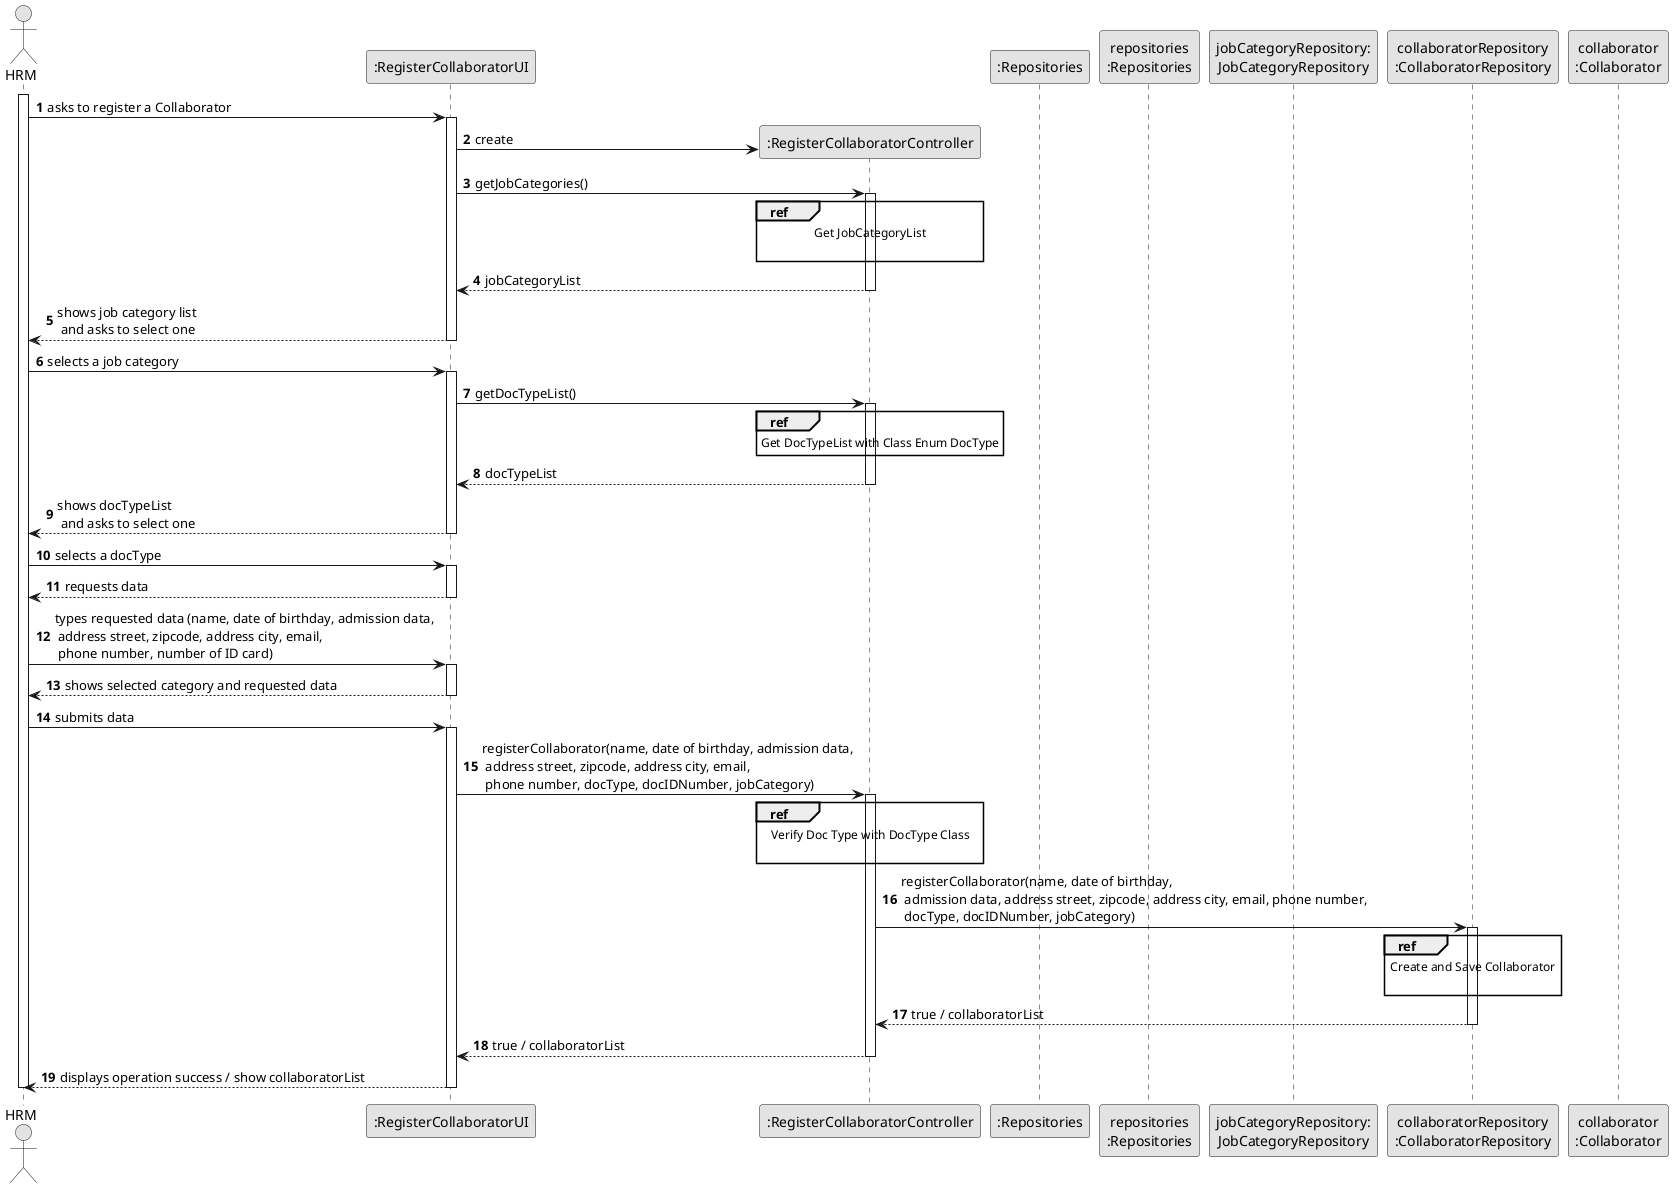
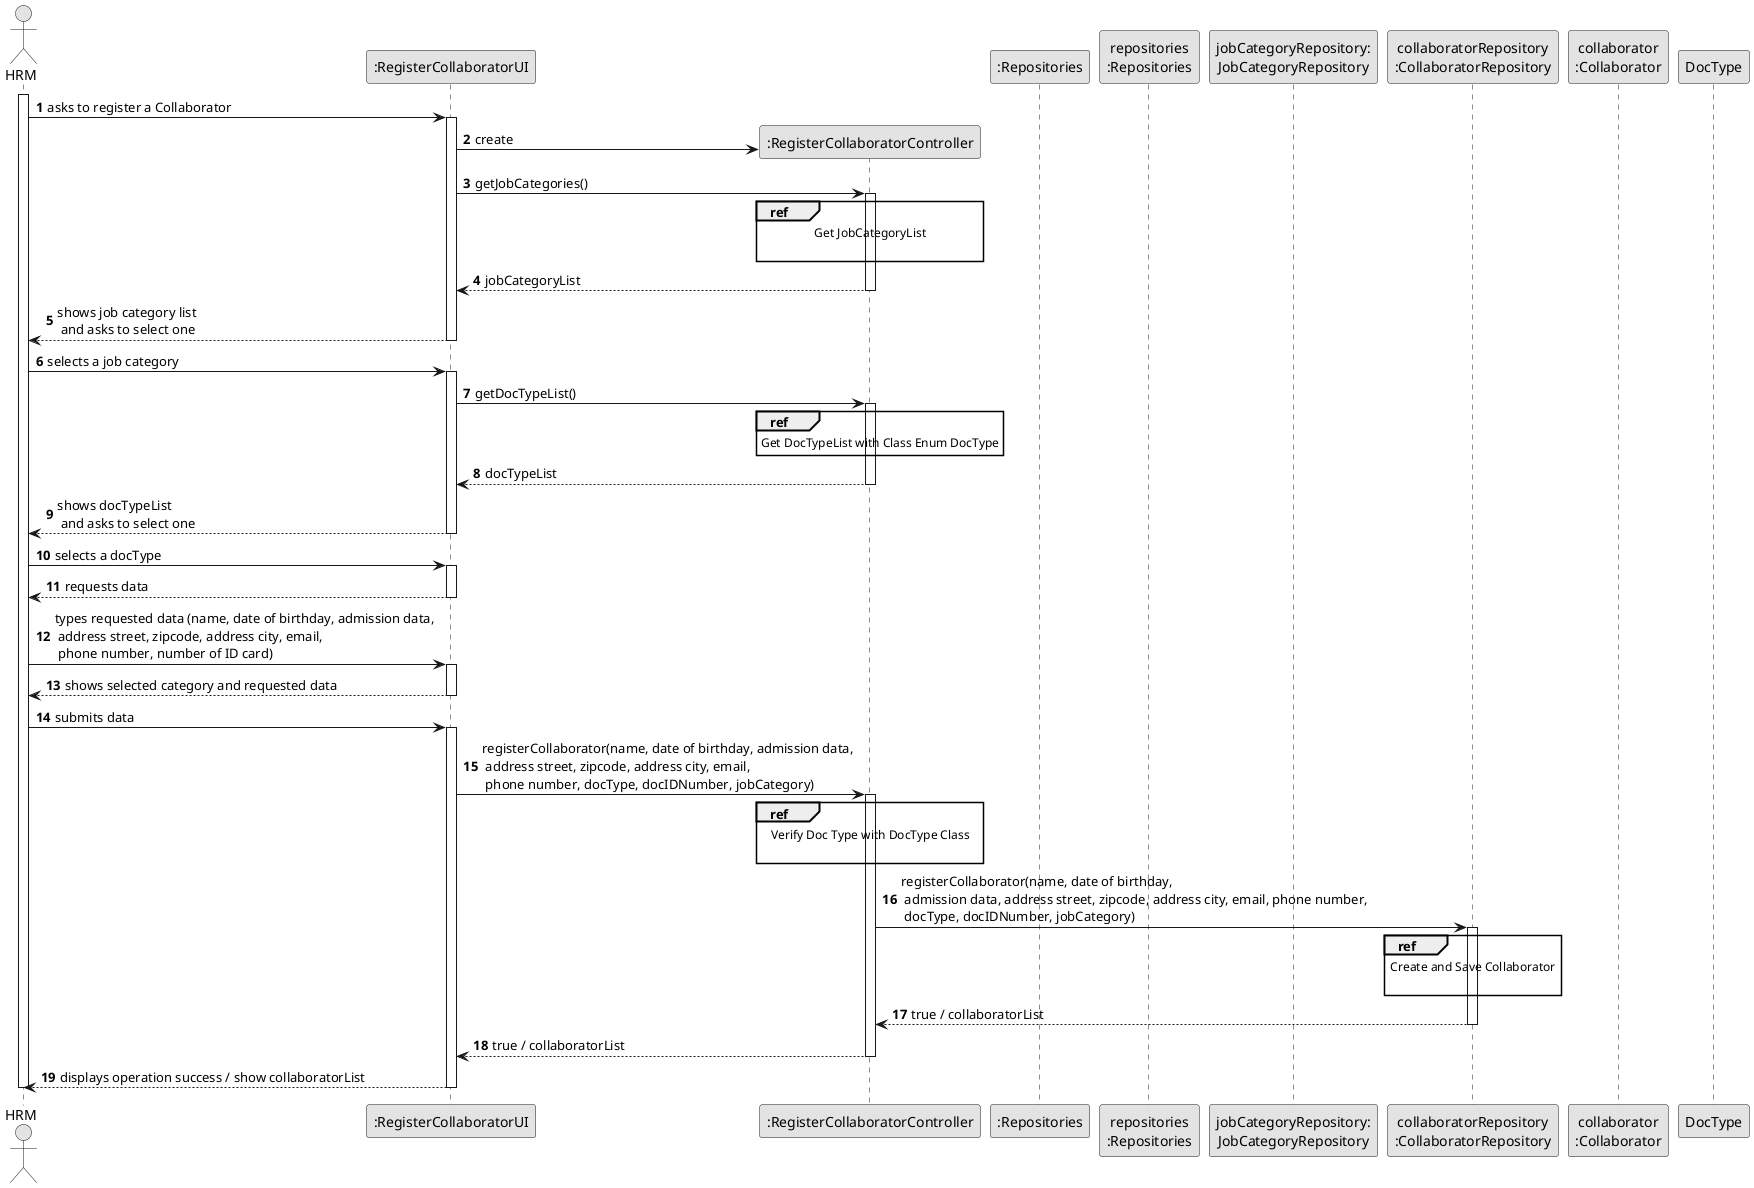
@startuml
skinparam monochrome true
skinparam packageStyle rectangle
skinparam shadowing false

autonumber

actor "HRM" as HRM
participant ":RegisterCollaboratorUI" as UI
participant ":RegisterCollaboratorController" as CTRL
participant ":Repositories" as RepositorySingleton
participant "repositories\n:Repositories" as PLAT
participant "jobCategoryRepository:\nJobCategoryRepository" as JobCategoryRepository
participant "collaboratorRepository\n:CollaboratorRepository" as CollaboratorRepository
participant "collaborator\n:Collaborator" as Collaborator
+ participant "DocType" as DT

activate HRM

        HRM -> UI : asks to register a Collaborator

        activate UI

'            UI --> HRM : requests data (reference, description,  informal \n description, technical description, duration, cost)
            'create CTRL
            UI -> CTRL** : create

            UI -> CTRL : getJobCategories()
            activate CTRL

                ref over CTRL
                            Get JobCategoryList

                        end ref

                CTRL --> UI : jobCategoryList
            deactivate CTRL

            UI --> HRM : shows job category list\n and asks to select one
        deactivate UI

    HRM -> UI : selects a job category
    activate UI






    UI -> CTRL : getDocTypeList()
                activate CTRL

                  ref over CTRL
                              Get DocTypeList with Class Enum DocType
                          end ref
    CTRL --> UI : docTypeList
    deactivate CTRL



    UI --> HRM : shows docTypeList\n and asks to select one
    deactivate UI

    HRM -> UI : selects a docType
    activate UI


    UI --> HRM : requests data
    deactivate UI








    HRM -> UI : types requested data (name, date of birthday, admission data,\n address street, zipcode, address city, email,\n phone number, number of ID card)
    activate UI

        UI --> HRM : shows selected category and requested data
    deactivate UI

    HRM -> UI : submits data
    activate UI

        UI -> CTRL : registerCollaborator(name, date of birthday, admission data,\n address street, zipcode, address city, email,\n phone number, docType, docIDNumber, jobCategory)
        activate CTRL


                            ref over CTRL
                                        Verify Doc Type with DocType Class

                                    end ref



            CTRL -> CollaboratorRepository: registerCollaborator(name, date of birthday,\n admission data, address street, zipcode, address city, email, phone number,\n docType, docIDNumber, jobCategory)
            activate CollaboratorRepository

                ref over CollaboratorRepository
                            Create and Save Collaborator

                        end ref

                CollaboratorRepository --> CTRL : true / collaboratorList

            deactivate CollaboratorRepository

            CTRL --> UI: true / collaboratorList
            deactivate CTRL
            UI --> HRM : displays operation success / show collaboratorList
    deactivate UI

deactivate HRM

@enduml